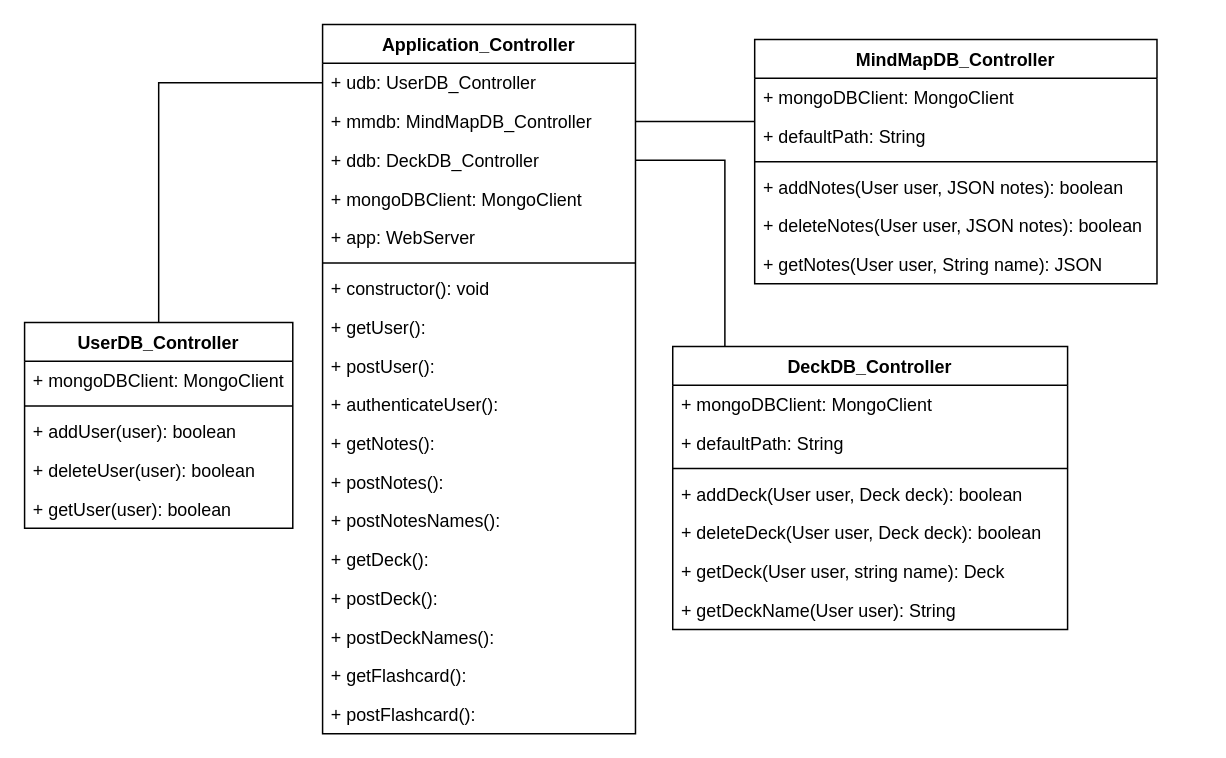
Before: UML_Diagrams/class/Application_Controller.drawio in kylehackett99/HourWork, a draw.io diagram. Source tidied: cells renumbered, new cells numbered last; positions are measured from the earlier drawing's top-left corner, leaving out a move shared by most shapes. Both pictures are drawn from the tidied source at 149%, with x=0, y=0 at pixel (24, 24).
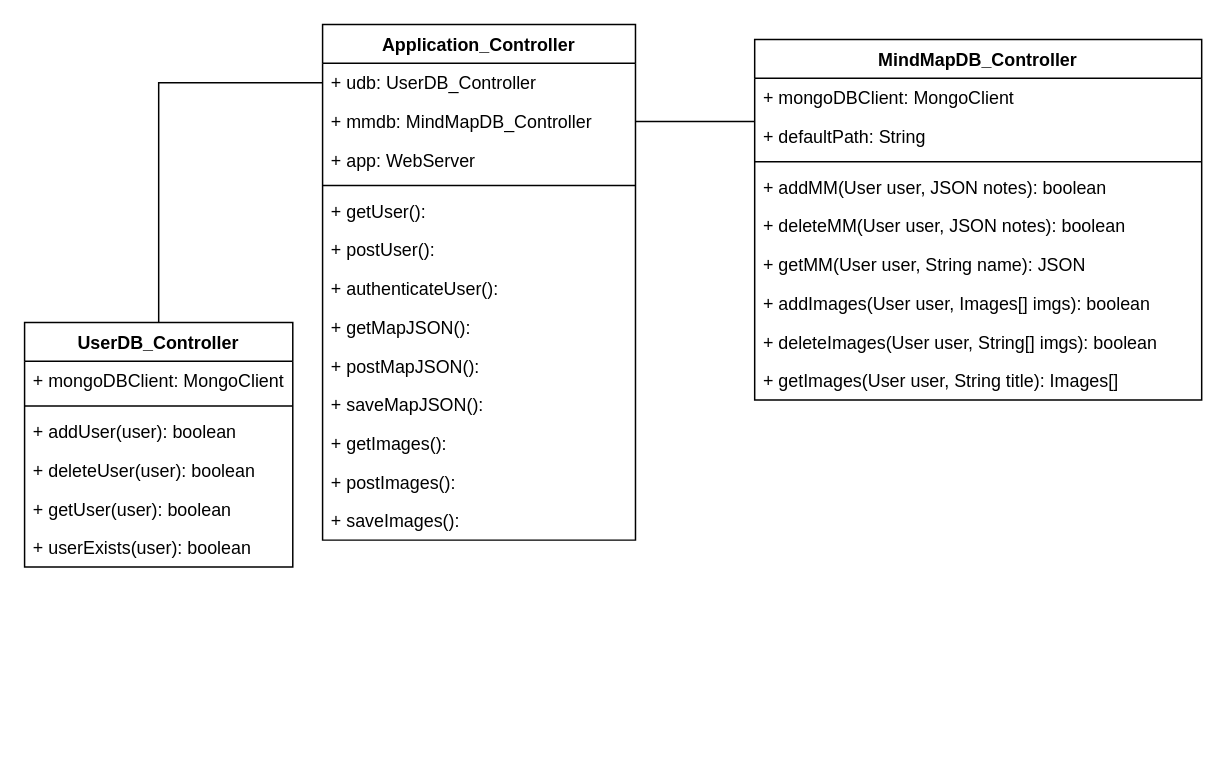
After the change.

Diff of the diagram source:
```diff
@@
     <mxCell id="2" value="Application_Controller" style="swimlane;fontStyle=1;align=center;verticalAlign=top;horizontal=1;startSize=26;" parent="1" vertex="1">
-      <mxGeometry x="200" width="210" height="476" as="geometry" />
+      <mxGeometry x="200" width="210" height="346" as="geometry" />
     </mxCell>
@@
-    <mxCell id="5" value="+ ddb: DeckDB_Controller" style="text;strokeColor=none;fillColor=none;align=left;verticalAlign=top;spacingLeft=4;spacingRight=4;overflow=hidden;points=[[0,0.5],[1,0.5]];portConstraint=eastwest;" parent="2" vertex="1">
-      <mxGeometry y="78" width="210" height="26" as="geometry" />
-    </mxCell>
-    <mxCell id="6" value="+ mongoDBClient: MongoClient" style="text;strokeColor=none;fillColor=none;align=left;verticalAlign=top;spacingLeft=4;spacingRight=4;overflow=hidden;" parent="2" vertex="1">
-      <mxGeometry y="104" width="210" height="26" as="geometry" />
-    </mxCell>
     <mxCell id="7" value="+ app: WebServer" style="text;strokeColor=none;fillColor=none;align=left;verticalAlign=top;spacingLeft=4;spacingRight=4;overflow=hidden;" parent="2" vertex="1">
-      <mxGeometry y="130" width="210" height="26" as="geometry" />
+      <mxGeometry y="78" width="210" height="26" as="geometry" />
     </mxCell>
     <mxCell id="8" style="line;strokeWidth=1;fillColor=none;align=left;verticalAlign=middle;spacingTop=-1;spacingLeft=3;spacingRight=3;labelPosition=right;" parent="2" vertex="1">
-      <mxGeometry y="156" width="210" height="8" as="geometry" />
+      <mxGeometry y="104" width="210" height="8" as="geometry" />
     </mxCell>
-    <mxCell id="9" value="+ constructor(): void" style="text;strokeColor=none;fillColor=none;align=left;verticalAlign=top;spacingLeft=4;spacingRight=4;overflow=hidden;" parent="2" vertex="1">
-      <mxGeometry y="164" width="210" height="26" as="geometry" />
-    </mxCell>
     <mxCell id="10" value="+ getUser(): " style="text;strokeColor=none;fillColor=none;align=left;verticalAlign=top;spacingLeft=4;spacingRight=4;overflow=hidden;" parent="2" vertex="1">
-      <mxGeometry y="190" width="210" height="26" as="geometry" />
+      <mxGeometry y="112" width="210" height="26" as="geometry" />
     </mxCell>
     <mxCell id="11" value="+ postUser(): " style="text;strokeColor=none;fillColor=none;align=left;verticalAlign=top;spacingLeft=4;spacingRight=4;overflow=hidden;" parent="2" vertex="1">
-      <mxGeometry y="216" width="210" height="26" as="geometry" />
+      <mxGeometry y="138" width="210" height="26" as="geometry" />
     </mxCell>
     <mxCell id="12" value="+ authenticateUser(): " style="text;strokeColor=none;fillColor=none;align=left;verticalAlign=top;spacingLeft=4;spacingRight=4;overflow=hidden;" parent="2" vertex="1">
-      <mxGeometry y="242" width="210" height="26" as="geometry" />
+      <mxGeometry y="164" width="210" height="26" as="geometry" />
     </mxCell>
-    <mxCell id="13" value="+ getNotes(): " style="text;strokeColor=none;fillColor=none;align=left;verticalAlign=top;spacingLeft=4;spacingRight=4;overflow=hidden;" parent="2" vertex="1">
-      <mxGeometry y="268" width="210" height="26" as="geometry" />
+    <mxCell id="13" value="+ getMapJSON(): " style="text;strokeColor=none;fillColor=none;align=left;verticalAlign=top;spacingLeft=4;spacingRight=4;overflow=hidden;" parent="2" vertex="1">
+      <mxGeometry y="190" width="210" height="26" as="geometry" />
     </mxCell>
-    <mxCell id="14" value="+ postNotes(): " style="text;strokeColor=none;fillColor=none;align=left;verticalAlign=top;spacingLeft=4;spacingRight=4;overflow=hidden;" parent="2" vertex="1">
-      <mxGeometry y="294" width="210" height="26" as="geometry" />
+    <mxCell id="14" value="+ postMapJSON(): " style="text;strokeColor=none;fillColor=none;align=left;verticalAlign=top;spacingLeft=4;spacingRight=4;overflow=hidden;" parent="2" vertex="1">
+      <mxGeometry y="216" width="210" height="26" as="geometry" />
     </mxCell>
-    <mxCell id="15" value="+ postNotesNames(): " style="text;strokeColor=none;fillColor=none;align=left;verticalAlign=top;spacingLeft=4;spacingRight=4;overflow=hidden;" parent="2" vertex="1">
-      <mxGeometry y="320" width="210" height="26" as="geometry" />
-    </mxCell>
-    <mxCell id="16" value="+ getDeck(): " style="text;strokeColor=none;fillColor=none;align=left;verticalAlign=top;spacingLeft=4;spacingRight=4;overflow=hidden;" parent="2" vertex="1">
-      <mxGeometry y="346" width="210" height="26" as="geometry" />
-    </mxCell>
-    <mxCell id="17" value="+ postDeck(): " style="text;strokeColor=none;fillColor=none;align=left;verticalAlign=top;spacingLeft=4;spacingRight=4;overflow=hidden;" parent="2" vertex="1">
-      <mxGeometry y="372" width="210" height="26" as="geometry" />
-    </mxCell>
-    <mxCell id="18" value="+ postDeckNames(): " style="text;strokeColor=none;fillColor=none;align=left;verticalAlign=top;spacingLeft=4;spacingRight=4;overflow=hidden;" parent="2" vertex="1">
-      <mxGeometry y="398" width="210" height="26" as="geometry" />
-    </mxCell>
+    <mxCell id="45" value="+ saveMapJSON(): " style="text;strokeColor=none;fillColor=none;align=left;verticalAlign=top;spacingLeft=4;spacingRight=4;overflow=hidden;" parent="2" vertex="1">
+      <mxGeometry y="242" width="210" height="26" as="geometry" />
+    </mxCell>
-    <mxCell id="19" value="+ getFlashcard(): " style="text;strokeColor=none;fillColor=none;align=left;verticalAlign=top;spacingLeft=4;spacingRight=4;overflow=hidden;" parent="2" vertex="1">
-      <mxGeometry y="424" width="210" height="26" as="geometry" />
+    <mxCell id="19" value="+ getImages(): " style="text;strokeColor=none;fillColor=none;align=left;verticalAlign=top;spacingLeft=4;spacingRight=4;overflow=hidden;" parent="2" vertex="1">
+      <mxGeometry y="268" width="210" height="26" as="geometry" />
     </mxCell>
-    <mxCell id="20" value="+ postFlashcard(): " style="text;strokeColor=none;fillColor=none;align=left;verticalAlign=top;spacingLeft=4;spacingRight=4;overflow=hidden;" parent="2" vertex="1">
-      <mxGeometry y="450" width="210" height="26" as="geometry" />
-    </mxCell>
+    <mxCell id="46" value="+ postImages(): " style="text;strokeColor=none;fillColor=none;align=left;verticalAlign=top;spacingLeft=4;spacingRight=4;overflow=hidden;" parent="2" vertex="1">
+      <mxGeometry y="294" width="210" height="26" as="geometry" />
+    </mxCell>
+    <mxCell id="47" value="+ saveImages(): " style="text;strokeColor=none;fillColor=none;align=left;verticalAlign=top;spacingLeft=4;spacingRight=4;overflow=hidden;" parent="2" vertex="1">
+      <mxGeometry y="320" width="210" height="26" as="geometry" />
+    </mxCell>
@@
     <mxCell id="22" value="UserDB_Controller" style="swimlane;fontStyle=1;align=center;verticalAlign=top;horizontal=1;startSize=26;" parent="1" vertex="1">
-      <mxGeometry y="200" width="180" height="138" as="geometry" />
+      <mxGeometry y="200" width="180" height="164" as="geometry" />
     </mxCell>
@@
-    <mxCell id="28" style="edgeStyle=orthogonalEdgeStyle;rounded=0;jettySize=auto;html=1;entryX=1;entryY=0.5;entryDx=0;entryDy=0;endArrow=none;endFill=0;" parent="1" edge="1" source="29" target="5">
-      <mxGeometry relative="1" as="geometry">
-        <Array as="points">
-          <mxPoint x="470" y="91" />
-        </Array>
-      </mxGeometry>
-    </mxCell>
-    <mxCell id="29" value="DeckDB_Controller" style="swimlane;fontStyle=1;align=center;verticalAlign=top;horizontal=1;startSize=26;" parent="1" vertex="1">
-      <mxGeometry x="435" y="216" width="265" height="190" as="geometry" />
-    </mxCell>
-    <mxCell id="30" value="+ mongoDBClient: MongoClient" style="text;strokeColor=none;fillColor=none;align=left;verticalAlign=top;spacingLeft=4;spacingRight=4;overflow=hidden;" parent="29" vertex="1">
-      <mxGeometry y="26" width="265" height="26" as="geometry" />
-    </mxCell>
-    <mxCell id="31" value="+ defaultPath: String" style="text;strokeColor=none;fillColor=none;align=left;verticalAlign=top;spacingLeft=4;spacingRight=4;overflow=hidden;" parent="29" vertex="1">
-      <mxGeometry y="52" width="265" height="26" as="geometry" />
-    </mxCell>
-    <mxCell id="32" style="line;strokeWidth=1;fillColor=none;align=left;verticalAlign=middle;spacingTop=-1;spacingLeft=3;spacingRight=3;labelPosition=right;" parent="29" vertex="1">
-      <mxGeometry y="78" width="265" height="8" as="geometry" />
-    </mxCell>
-    <mxCell id="33" value="+ addDeck(User user, Deck deck): boolean " style="text;strokeColor=none;fillColor=none;align=left;verticalAlign=top;spacingLeft=4;spacingRight=4;overflow=hidden;" parent="29" vertex="1">
-      <mxGeometry y="86" width="265" height="26" as="geometry" />
-    </mxCell>
-    <mxCell id="34" value="+ deleteDeck(User user, Deck deck): boolean " style="text;strokeColor=none;fillColor=none;align=left;verticalAlign=top;spacingLeft=4;spacingRight=4;overflow=hidden;" parent="29" vertex="1">
-      <mxGeometry y="112" width="265" height="26" as="geometry" />
-    </mxCell>
-    <mxCell id="35" value="+ getDeck(User user, string name): Deck " style="text;strokeColor=none;fillColor=none;align=left;verticalAlign=top;spacingLeft=4;spacingRight=4;overflow=hidden;" parent="29" vertex="1">
-      <mxGeometry y="138" width="265" height="26" as="geometry" />
-    </mxCell>
-    <mxCell id="36" value="+ getDeckName(User user): String " style="text;strokeColor=none;fillColor=none;align=left;verticalAlign=top;spacingLeft=4;spacingRight=4;overflow=hidden;" parent="29" vertex="1">
-      <mxGeometry y="164" width="265" height="26" as="geometry" />
-    </mxCell>
+    <mxCell id="48" value="+ userExists(user): boolean" style="text;strokeColor=none;fillColor=none;align=left;verticalAlign=top;spacingLeft=4;spacingRight=4;overflow=hidden;" parent="22" vertex="1">
+      <mxGeometry y="138" width="180" height="26" as="geometry" />
+    </mxCell>
@@
     <mxCell id="38" value="MindMapDB_Controller" style="swimlane;fontStyle=1;align=center;verticalAlign=top;horizontal=1;startSize=26;" parent="1" vertex="1">
-      <mxGeometry x="490" y="10" width="270" height="164" as="geometry" />
+      <mxGeometry x="490" y="10" width="300" height="242" as="geometry" />
     </mxCell>
     <mxCell id="39" value="+ mongoDBClient: MongoClient" style="text;strokeColor=none;fillColor=none;align=left;verticalAlign=top;spacingLeft=4;spacingRight=4;overflow=hidden;" parent="38" vertex="1">
-      <mxGeometry y="26" width="270" height="26" as="geometry" />
+      <mxGeometry y="26" width="300" height="26" as="geometry" />
     </mxCell>
     <mxCell id="40" value="+ defaultPath: String" style="text;strokeColor=none;fillColor=none;align=left;verticalAlign=top;spacingLeft=4;spacingRight=4;overflow=hidden;" parent="38" vertex="1">
-      <mxGeometry y="52" width="270" height="26" as="geometry" />
+      <mxGeometry y="52" width="300" height="26" as="geometry" />
     </mxCell>
     <mxCell id="41" style="line;strokeWidth=1;fillColor=none;align=left;verticalAlign=middle;spacingTop=-1;spacingLeft=3;spacingRight=3;labelPosition=right;" parent="38" vertex="1">
-      <mxGeometry y="78" width="270" height="8" as="geometry" />
+      <mxGeometry y="78" width="300" height="8" as="geometry" />
     </mxCell>
-    <mxCell id="42" value="+ addNotes(User user, JSON notes): boolean " style="text;strokeColor=none;fillColor=none;align=left;verticalAlign=top;spacingLeft=4;spacingRight=4;overflow=hidden;" parent="38" vertex="1">
-      <mxGeometry y="86" width="270" height="26" as="geometry" />
+    <mxCell id="42" value="+ addMM(User user, JSON notes): boolean " style="text;strokeColor=none;fillColor=none;align=left;verticalAlign=top;spacingLeft=4;spacingRight=4;overflow=hidden;" parent="38" vertex="1">
+      <mxGeometry y="86" width="300" height="26" as="geometry" />
     </mxCell>
-    <mxCell id="43" value="+ deleteNotes(User user, JSON notes): boolean " style="text;strokeColor=none;fillColor=none;align=left;verticalAlign=top;spacingLeft=4;spacingRight=4;overflow=hidden;" parent="38" vertex="1">
-      <mxGeometry y="112" width="270" height="26" as="geometry" />
+    <mxCell id="43" value="+ deleteMM(User user, JSON notes): boolean " style="text;strokeColor=none;fillColor=none;align=left;verticalAlign=top;spacingLeft=4;spacingRight=4;overflow=hidden;" parent="38" vertex="1">
+      <mxGeometry y="112" width="300" height="26" as="geometry" />
     </mxCell>
-    <mxCell id="44" value="+ getNotes(User user, String name): JSON " style="text;strokeColor=none;fillColor=none;align=left;verticalAlign=top;spacingLeft=4;spacingRight=4;overflow=hidden;" parent="38" vertex="1">
-      <mxGeometry y="138" width="270" height="26" as="geometry" />
+    <mxCell id="44" value="+ getMM(User user, String name): JSON " style="text;strokeColor=none;fillColor=none;align=left;verticalAlign=top;spacingLeft=4;spacingRight=4;overflow=hidden;" parent="38" vertex="1">
+      <mxGeometry y="138" width="300" height="26" as="geometry" />
     </mxCell>
+    <mxCell id="49" value="+ addImages(User user, Images[] imgs): boolean " style="text;strokeColor=none;fillColor=none;align=left;verticalAlign=top;spacingLeft=4;spacingRight=4;overflow=hidden;" parent="38" vertex="1">
+      <mxGeometry y="164" width="300" height="26" as="geometry" />
+    </mxCell>
+    <mxCell id="50" value="+ deleteImages(User user, String[] imgs): boolean " style="text;strokeColor=none;fillColor=none;align=left;verticalAlign=top;spacingLeft=4;spacingRight=4;overflow=hidden;" parent="38" vertex="1">
+      <mxGeometry y="190" width="300" height="26" as="geometry" />
+    </mxCell>
+    <mxCell id="51" value="+ getImages(User user, String title): Images[] " style="text;strokeColor=none;fillColor=none;align=left;verticalAlign=top;spacingLeft=4;spacingRight=4;overflow=hidden;" parent="38" vertex="1">
+      <mxGeometry y="216" width="300" height="26" as="geometry" />
+    </mxCell>
```
